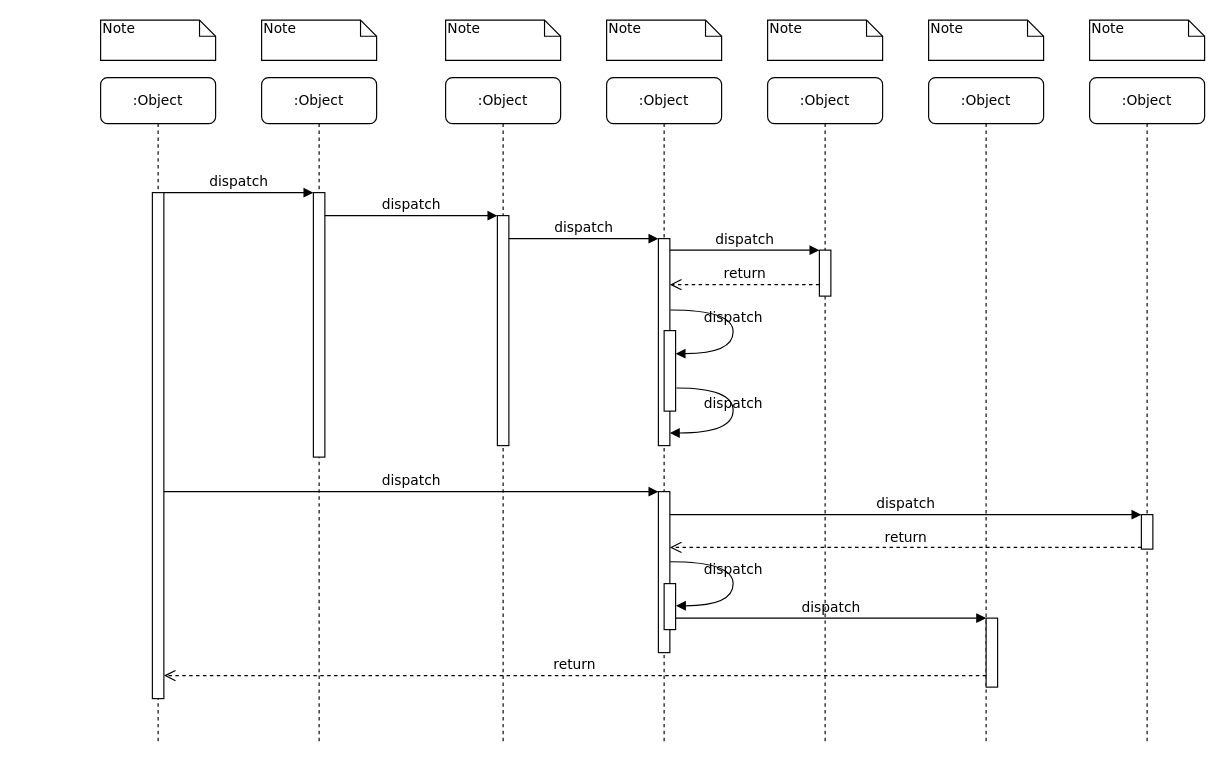
Earlier version of the draw.io diagram Sequence Diagram.drawio (sergio-oliveira-br/aluControl). Source tidied: cells renumbered, new cells numbered last; positions are measured from the earlier drawing's top-left corner, leaving out a move shared by most shapes. Both pictures are drawn from the tidied source at 115%, with x=0, y=0 at pixel (100, 20).
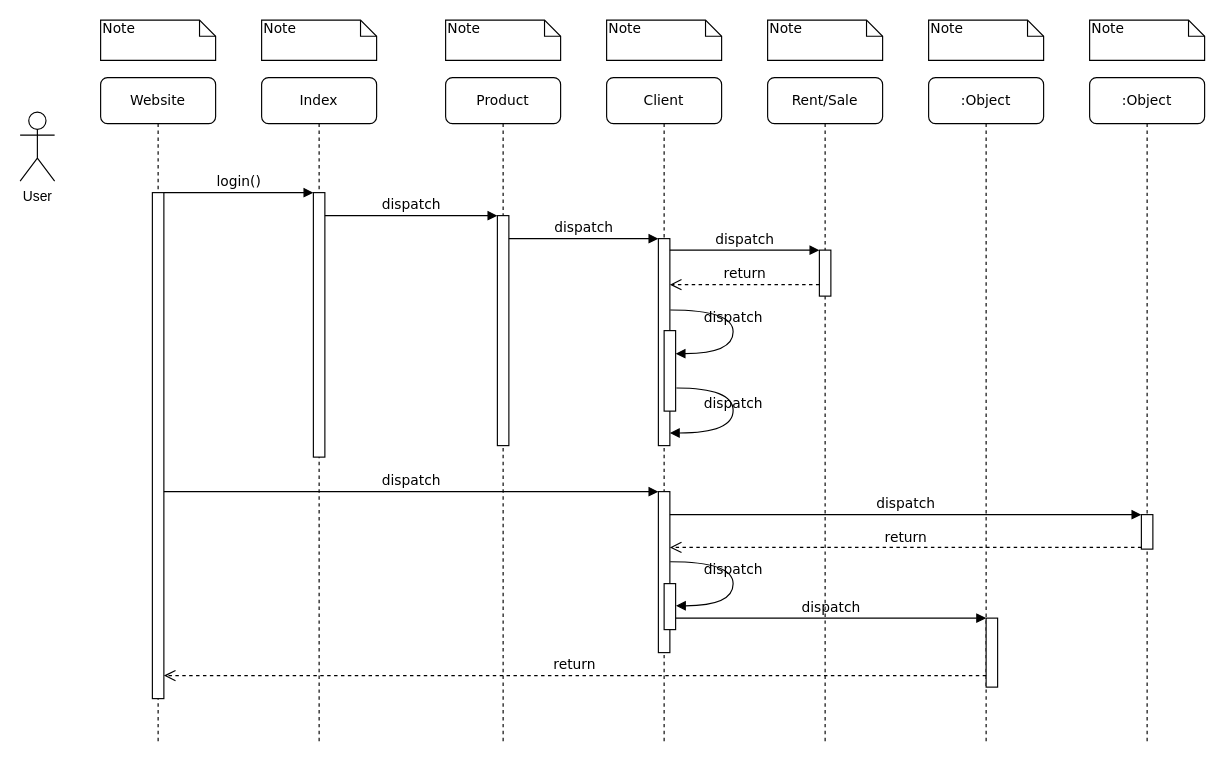
Above is the later version.

The change refers to these unchanged cells:
```xml
<mxCell id="3" style="html=1;points=[];perimeter=orthogonalPerimeter;rounded=0;shadow=0;comic=0;labelBackgroundColor=none;strokeWidth=1;fontFamily=Verdana;fontSize=12;align=center;" parent="2" vertex="1">
  <mxGeometry x="45" y="100" width="10" height="230" as="geometry" />
</mxCell>
<mxCell id="11" style="html=1;points=[];perimeter=orthogonalPerimeter;rounded=0;shadow=0;comic=0;labelBackgroundColor=none;strokeWidth=1;fontFamily=Verdana;fontSize=12;align=center;" parent="10" vertex="1">
  <mxGeometry x="45" y="100" width="10" height="440" as="geometry" />
</mxCell>
```

Diff of the diagram source:
```diff
@@
-    <mxCell id="2" value=":Object" style="shape=umlLifeline;perimeter=lifelinePerimeter;whiteSpace=wrap;html=1;rounded=1;shadow=0;comic=0;labelBackgroundColor=none;strokeWidth=1;fontFamily=Verdana;fontSize=12;align=center;" parent="1" vertex="1">
+    <mxCell id="2" value="Index" style="shape=umlLifeline;perimeter=lifelinePerimeter;whiteSpace=wrap;html=1;rounded=1;shadow=0;comic=0;labelBackgroundColor=none;strokeWidth=1;fontFamily=Verdana;fontSize=12;align=center;" parent="1" vertex="1">
       <mxGeometry x="140" y="50" width="100" height="580" as="geometry" />
     </mxCell>
@@
-    <mxCell id="4" value=":Object" style="shape=umlLifeline;perimeter=lifelinePerimeter;whiteSpace=wrap;html=1;rounded=1;shadow=0;comic=0;labelBackgroundColor=none;strokeWidth=1;fontFamily=Verdana;fontSize=12;align=center;" parent="1" vertex="1">
+    <mxCell id="4" value="Product" style="shape=umlLifeline;perimeter=lifelinePerimeter;whiteSpace=wrap;html=1;rounded=1;shadow=0;comic=0;labelBackgroundColor=none;strokeWidth=1;fontFamily=Verdana;fontSize=12;align=center;" parent="1" vertex="1">
       <mxGeometry x="300" y="50" width="100" height="580" as="geometry" />
     </mxCell>
@@
-    <mxCell id="6" value=":Object" style="shape=umlLifeline;perimeter=lifelinePerimeter;whiteSpace=wrap;html=1;rounded=1;shadow=0;comic=0;labelBackgroundColor=none;strokeWidth=1;fontFamily=Verdana;fontSize=12;align=center;" parent="1" vertex="1">
+    <mxCell id="6" value="Client" style="shape=umlLifeline;perimeter=lifelinePerimeter;whiteSpace=wrap;html=1;rounded=1;shadow=0;comic=0;labelBackgroundColor=none;strokeWidth=1;fontFamily=Verdana;fontSize=12;align=center;" parent="1" vertex="1">
       <mxGeometry x="440" y="50" width="100" height="580" as="geometry" />
     </mxCell>
-    <mxCell id="7" value=":Object" style="shape=umlLifeline;perimeter=lifelinePerimeter;whiteSpace=wrap;html=1;rounded=1;shadow=0;comic=0;labelBackgroundColor=none;strokeWidth=1;fontFamily=Verdana;fontSize=12;align=center;" parent="1" vertex="1">
+    <mxCell id="7" value="Rent/Sale" style="shape=umlLifeline;perimeter=lifelinePerimeter;whiteSpace=wrap;html=1;rounded=1;shadow=0;comic=0;labelBackgroundColor=none;strokeWidth=1;fontFamily=Verdana;fontSize=12;align=center;" parent="1" vertex="1">
       <mxGeometry x="580" y="50" width="100" height="580" as="geometry" />
     </mxCell>
@@
-    <mxCell id="10" value=":Object" style="shape=umlLifeline;perimeter=lifelinePerimeter;whiteSpace=wrap;html=1;rounded=1;shadow=0;comic=0;labelBackgroundColor=none;strokeWidth=1;fontFamily=Verdana;fontSize=12;align=center;" parent="1" vertex="1">
+    <mxCell id="10" value="Website" style="shape=umlLifeline;perimeter=lifelinePerimeter;whiteSpace=wrap;html=1;rounded=1;shadow=0;comic=0;labelBackgroundColor=none;strokeWidth=1;fontFamily=Verdana;fontSize=12;align=center;" parent="1" vertex="1">
       <mxGeometry y="50" width="100" height="580" as="geometry" />
     </mxCell>
@@
-    <mxCell id="25" value="dispatch" style="html=1;verticalAlign=bottom;endArrow=block;entryX=0;entryY=0;labelBackgroundColor=none;fontFamily=Verdana;fontSize=12;edgeStyle=elbowEdgeStyle;elbow=vertical;" parent="1" edge="1" source="11" target="3">
+    <mxCell id="25" value="login()" style="html=1;verticalAlign=bottom;endArrow=block;entryX=0;entryY=0;labelBackgroundColor=none;fontFamily=Verdana;fontSize=12;edgeStyle=elbowEdgeStyle;elbow=vertical;" parent="1" edge="1" source="11" target="3">
       <mxGeometry relative="1" as="geometry" />
     </mxCell>
@@
+    <mxCell id="39" value="User" style="shape=umlActor;verticalLabelPosition=bottom;verticalAlign=top;html=1;" parent="1" vertex="1">
+      <mxGeometry x="-70" y="80" width="30" height="60" as="geometry" />
+    </mxCell>
```
